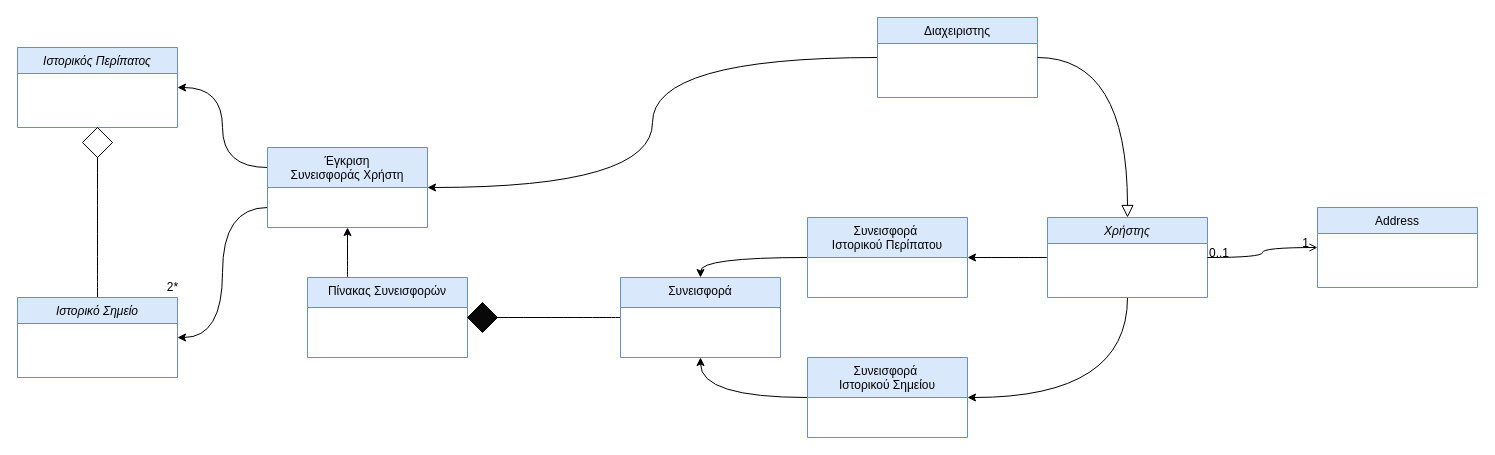
The draw.io diagram NOTES/Domain Model v0.1.drawio in Nektar24/software-engineering, before the edit. Source tidied: cells renumbered, new cells numbered last; positions are measured from the earlier drawing's top-left corner, leaving out a move shared by most shapes. Both pictures are drawn from the tidied source at 100%, with x=0, y=0 at pixel (17, 17).
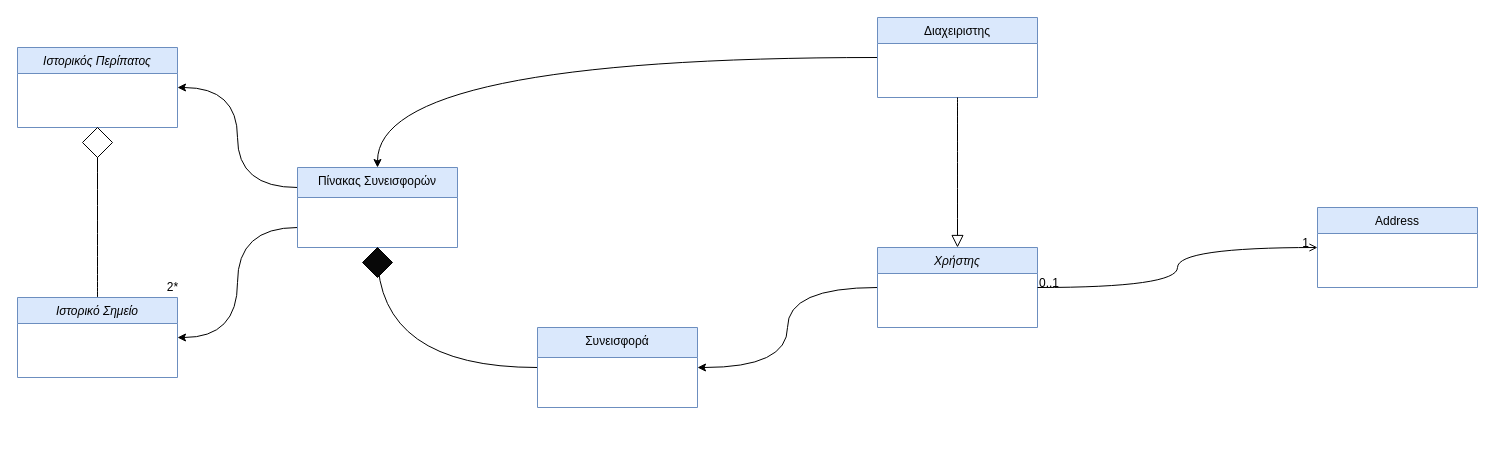
The same diagram, later.

Commit message (it also covers changes not shown here):
domain model changes

Unchanged cells that the change refers to:
```xml
<mxCell id="6" value="Διαχειριστης" style="swimlane;fontStyle=0;align=center;verticalAlign=top;horizontal=1;startSize=26;rounded=0;shadow=0;strokeWidth=1;fillColor=#dae8fc;strokeColor=#6c8ebf;" parent="1" vertex="1">
  <mxGeometry x="860" width="160" height="80" as="geometry" />
</mxCell>
<mxCell id="12" value="Ιστορικός Περίπατος" style="swimlane;fontStyle=2;align=center;verticalAlign=top;horizontal=1;startSize=26;rounded=0;shadow=0;strokeWidth=1;fillColor=#dae8fc;strokeColor=#6c8ebf;" parent="1" vertex="1">
  <mxGeometry y="30" width="160" height="80" as="geometry" />
</mxCell>
<mxCell id="14" value="Ιστορικό Σημείο" style="swimlane;fontStyle=2;align=center;verticalAlign=top;horizontal=1;startSize=26;rounded=0;shadow=0;strokeWidth=1;fillColor=#dae8fc;strokeColor=#6c8ebf;" parent="1" vertex="1">
  <mxGeometry y="280" width="160" height="80" as="geometry" />
</mxCell>
```

The edit, as a diff of the source:
```diff
@@
-    <mxCell id="2" style="edgeStyle=orthogonalEdgeStyle;rounded=0;jettySize=auto;html=1;exitX=0;exitY=0.5;exitDx=0;exitDy=0;entryX=1;entryY=0.5;entryDx=0;entryDy=0;elbow=vertical;curved=1;" parent="1" edge="1" source="4" target="17">
+    <mxCell id="2" style="edgeStyle=orthogonalEdgeStyle;rounded=0;jettySize=auto;html=1;exitX=0;exitY=0.5;exitDx=0;exitDy=0;entryX=1;entryY=0.5;entryDx=0;entryDy=0;elbow=vertical;curved=1;" parent="1" edge="1" source="4" target="25">
       <mxGeometry relative="1" as="geometry" />
     </mxCell>
-    <mxCell id="3" style="edgeStyle=orthogonalEdgeStyle;curved=1;rounded=0;jettySize=auto;html=1;exitX=0.5;exitY=1;exitDx=0;exitDy=0;entryX=1;entryY=0.5;entryDx=0;entryDy=0;strokeColor=default;align=center;verticalAlign=middle;fontFamily=Helvetica;fontSize=11;fontColor=default;labelBackgroundColor=default;elbow=vertical;endArrow=classic;" parent="1" edge="1" source="4" target="20">
-      <mxGeometry relative="1" as="geometry" />
-    </mxCell>
     <mxCell id="4" value="Χρήστης" style="swimlane;fontStyle=2;align=center;verticalAlign=top;horizontal=1;startSize=26;rounded=0;shadow=0;strokeWidth=1;fillColor=#dae8fc;strokeColor=#6c8ebf;" parent="1" vertex="1">
-      <mxGeometry x="1030" y="200" width="160" height="80" as="geometry" />
+      <mxGeometry x="860" y="230" width="160" height="80" as="geometry" />
     </mxCell>
-    <mxCell id="5" style="edgeStyle=orthogonalEdgeStyle;rounded=0;jettySize=auto;html=1;exitX=0;exitY=0.5;exitDx=0;exitDy=0;entryX=1;entryY=0.5;entryDx=0;entryDy=0;elbow=vertical;curved=1;" parent="1" edge="1" source="6" target="23">
+    <mxCell id="5" style="edgeStyle=orthogonalEdgeStyle;rounded=0;jettySize=auto;html=1;exitX=0;exitY=0.5;exitDx=0;exitDy=0;entryX=0.5;entryY=0;entryDx=0;entryDy=0;elbow=vertical;curved=1;" parent="1" edge="1" source="6" target="27">
       <mxGeometry relative="1" as="geometry" />
     </mxCell>
@@
-    <mxCell id="16" style="edgeStyle=orthogonalEdgeStyle;curved=1;rounded=0;jettySize=auto;html=1;entryX=0.5;entryY=0;entryDx=0;entryDy=0;strokeColor=default;align=center;verticalAlign=middle;fontFamily=Helvetica;fontSize=11;fontColor=default;labelBackgroundColor=default;elbow=vertical;endArrow=classic;exitX=0;exitY=0.5;exitDx=0;exitDy=0;" parent="1" edge="1" source="17" target="25">
-      <mxGeometry relative="1" as="geometry" />
-    </mxCell>
-    <mxCell id="17" value="Συνεισφορά &#10;Ιστορικού Περίπατου" style="swimlane;fontStyle=0;align=center;verticalAlign=top;horizontal=1;startSize=40;rounded=0;shadow=0;strokeWidth=1;fillColor=#dae8fc;strokeColor=#6c8ebf;glass=0;gradientColor=none;swimlaneFillColor=none;noLabel=0;labelPadding=0;swimlaneLine=1;fillStyle=auto;" parent="1" vertex="1">
-      <mxGeometry x="790" y="200" width="160" height="80" as="geometry" />
-    </mxCell>
@@
-    <mxCell id="19" style="edgeStyle=orthogonalEdgeStyle;rounded=0;jettySize=auto;html=1;exitX=0;exitY=0.5;exitDx=0;exitDy=0;elbow=vertical;entryX=0.5;entryY=1;entryDx=0;entryDy=0;curved=1;" parent="1" edge="1" source="20" target="25">
-      <mxGeometry relative="1" as="geometry" />
-    </mxCell>
-    <mxCell id="20" value="Συνεισφορά &#10;Ιστορικού Σημείου" style="swimlane;fontStyle=0;align=center;verticalAlign=top;horizontal=1;startSize=40;rounded=0;shadow=0;strokeWidth=1;fillColor=#dae8fc;strokeColor=#6c8ebf;glass=0;gradientColor=none;swimlaneFillColor=none;noLabel=0;labelPadding=0;swimlaneLine=1;fillStyle=auto;" parent="1" vertex="1">
-      <mxGeometry x="790" y="340" width="160" height="80" as="geometry" />
-    </mxCell>
-    <mxCell id="21" style="edgeStyle=orthogonalEdgeStyle;curved=1;rounded=0;jettySize=auto;html=1;exitX=0;exitY=0.75;exitDx=0;exitDy=0;entryX=1;entryY=0.5;entryDx=0;entryDy=0;strokeColor=default;align=center;verticalAlign=middle;fontFamily=Helvetica;fontSize=11;fontColor=default;labelBackgroundColor=default;elbow=vertical;endArrow=classic;" parent="1" edge="1" source="23" target="14">
+    <mxCell id="21" style="edgeStyle=orthogonalEdgeStyle;curved=1;rounded=0;jettySize=auto;html=1;exitX=0;exitY=0.75;exitDx=0;exitDy=0;entryX=1;entryY=0.5;entryDx=0;entryDy=0;strokeColor=default;align=center;verticalAlign=middle;fontFamily=Helvetica;fontSize=11;fontColor=default;labelBackgroundColor=default;elbow=vertical;endArrow=classic;" parent="1" edge="1" source="27" target="14">
       <mxGeometry relative="1" as="geometry" />
     </mxCell>
-    <mxCell id="22" style="edgeStyle=orthogonalEdgeStyle;curved=1;rounded=0;jettySize=auto;html=1;exitX=0;exitY=0.25;exitDx=0;exitDy=0;entryX=1;entryY=0.5;entryDx=0;entryDy=0;strokeColor=default;align=center;verticalAlign=middle;fontFamily=Helvetica;fontSize=11;fontColor=default;labelBackgroundColor=default;elbow=vertical;endArrow=classic;" parent="1" edge="1" source="23" target="12">
+    <mxCell id="22" style="edgeStyle=orthogonalEdgeStyle;curved=1;rounded=0;jettySize=auto;html=1;exitX=0;exitY=0.25;exitDx=0;exitDy=0;entryX=1;entryY=0.5;entryDx=0;entryDy=0;strokeColor=default;align=center;verticalAlign=middle;fontFamily=Helvetica;fontSize=11;fontColor=default;labelBackgroundColor=default;elbow=vertical;endArrow=classic;" parent="1" edge="1" source="27" target="12">
       <mxGeometry relative="1" as="geometry" />
     </mxCell>
-    <mxCell id="23" value="Έγκριση&#10;Συνεισφοράς Χρήστη" style="swimlane;fontStyle=0;align=center;verticalAlign=top;horizontal=1;startSize=40;rounded=0;shadow=0;strokeWidth=1;fillColor=#dae8fc;strokeColor=#6c8ebf;" parent="1" vertex="1">
-      <mxGeometry x="250" y="130" width="160" height="80" as="geometry" />
-    </mxCell>
-    <mxCell id="24" style="edgeStyle=orthogonalEdgeStyle;curved=1;rounded=0;jettySize=auto;html=1;exitX=0;exitY=0.5;exitDx=0;exitDy=0;entryX=1;entryY=0.5;entryDx=0;entryDy=0;strokeColor=default;align=center;verticalAlign=middle;fontFamily=Helvetica;fontSize=11;fontColor=default;labelBackgroundColor=default;elbow=vertical;endArrow=classic;" parent="1" edge="1" source="25" target="27">
+    <mxCell id="24" style="edgeStyle=orthogonalEdgeStyle;curved=1;rounded=0;jettySize=auto;html=1;exitX=0;exitY=0.5;exitDx=0;exitDy=0;entryX=0.5;entryY=1;entryDx=0;entryDy=0;strokeColor=default;align=center;verticalAlign=middle;fontFamily=Helvetica;fontSize=11;fontColor=default;labelBackgroundColor=default;elbow=vertical;endArrow=classic;" parent="1" edge="1" source="25" target="27">
       <mxGeometry relative="1" as="geometry" />
     </mxCell>
     <mxCell id="25" value="Συνεισφορά" style="swimlane;fontStyle=0;align=center;verticalAlign=top;horizontal=1;startSize=30;rounded=0;shadow=0;strokeWidth=1;fillColor=#dae8fc;strokeColor=#6c8ebf;" parent="1" vertex="1">
-      <mxGeometry x="603" y="260" width="160" height="80" as="geometry" />
+      <mxGeometry x="520" y="310" width="160" height="80" as="geometry" />
     </mxCell>
-    <mxCell id="26" style="edgeStyle=orthogonalEdgeStyle;curved=1;rounded=0;jettySize=auto;html=1;exitX=0.25;exitY=0;exitDx=0;exitDy=0;entryX=0.5;entryY=1;entryDx=0;entryDy=0;strokeColor=default;align=center;verticalAlign=middle;fontFamily=Helvetica;fontSize=11;fontColor=default;labelBackgroundColor=default;elbow=vertical;endArrow=classic;" parent="1" edge="1" source="27" target="23">
-      <mxGeometry relative="1" as="geometry" />
-    </mxCell>
     <mxCell id="27" value="Πίνακας Συνεισφορών" style="swimlane;fontStyle=0;align=center;verticalAlign=top;horizontal=1;startSize=30;rounded=0;shadow=0;strokeWidth=1;fillColor=#dae8fc;strokeColor=#6c8ebf;" parent="1" vertex="1">
-      <mxGeometry x="290" y="260" width="160" height="80" as="geometry" />
+      <mxGeometry x="280" y="150" width="160" height="80" as="geometry" />
     </mxCell>
     <mxCell id="28" style="rhombus;whiteSpace=wrap;html=1;fillColor=#080808;" parent="1" vertex="1">
-      <mxGeometry x="450" y="285" width="30" height="30" as="geometry" />
+      <mxGeometry x="345" y="230" width="30" height="30" as="geometry" />
     </mxCell>
```
